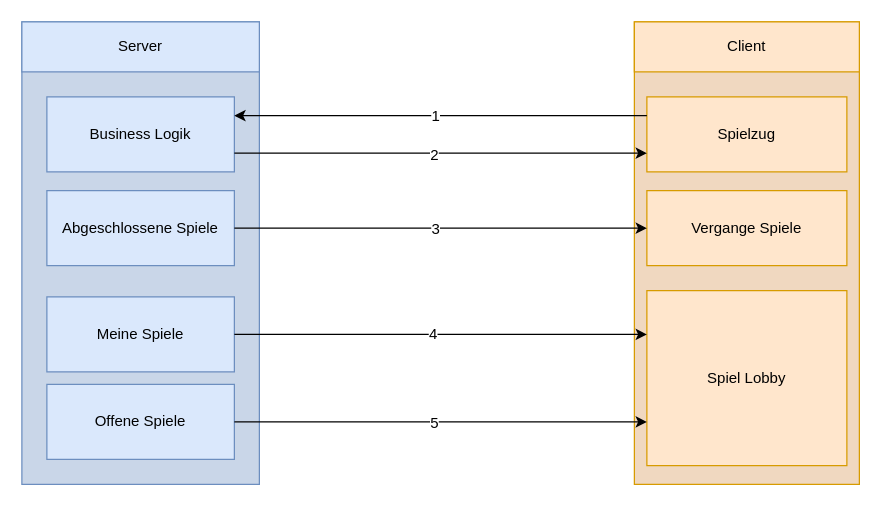
Before: 01_Projektdokumente/01_Projektdokumentation/02_Dokumente/06_Datenstrukturen/Datenfluss.drawio in Visual-Board-GmbH/docs-tic-tac-toe, a draw.io diagram. Source tidied: cells renumbered, new cells numbered last; positions are measured from the earlier drawing's top-left corner, leaving out a move shared by most shapes. Both pictures are drawn from the tidied source at 125%, with x=0, y=0 at pixel (21, 21).
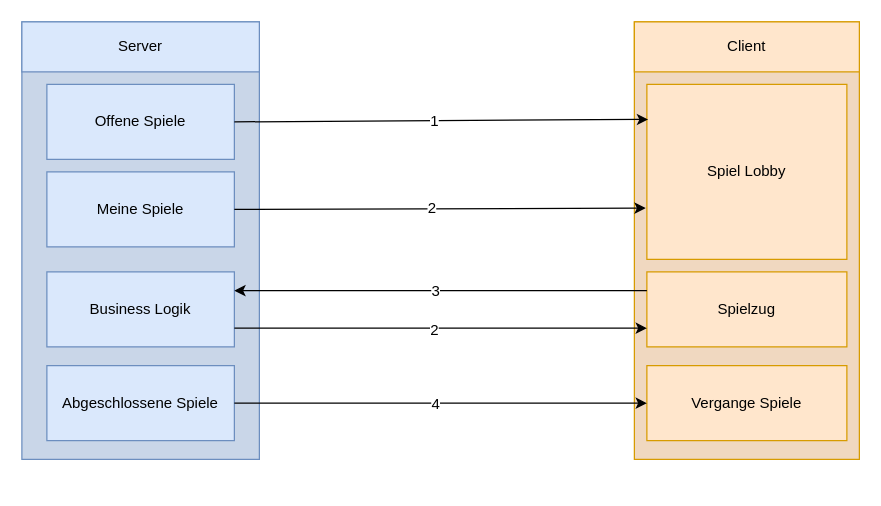
The same page after the edit.

Commit message (it also covers changes not shown here):
updated datenfluss draw io file

The change refers to these unchanged cells:
```xml
<mxCell id="14" style="endArrow=classic;html=1;exitX=1;exitY=0.5;exitDx=0;exitDy=0;entryX=0;entryY=0.5;entryDx=0;entryDy=0;" parent="1" edge="1" source="7" target="12">
  <mxGeometry relative="1" as="geometry" />
</mxCell>
```

What changed in the source:
```diff
@@
     <mxCell id="2" style="rounded=0;whiteSpace=wrap;html=1;fillColor=#C9D6E8;strokeColor=#6c8ebf;" parent="1" vertex="1">
-      <mxGeometry width="190" height="370" as="geometry" />
+      <mxGeometry width="190" height="350" as="geometry" />
     </mxCell>
@@
     <mxCell id="4" style="rounded=0;whiteSpace=wrap;html=1;fillColor=#F0D8C0;strokeColor=#d79b00;" parent="1" vertex="1">
-      <mxGeometry x="490" width="180" height="370" as="geometry" />
+      <mxGeometry x="490" width="180" height="350" as="geometry" />
     </mxCell>
@@
     <mxCell id="6" value="Business Logik" style="rounded=0;whiteSpace=wrap;html=1;fillColor=#dae8fc;strokeColor=#6c8ebf;" parent="1" vertex="1">
-      <mxGeometry x="20" y="60" width="150" height="60" as="geometry" />
+      <mxGeometry x="20" y="200" width="150" height="60" as="geometry" />
     </mxCell>
     <mxCell id="7" value="Abgeschlossene Spiele" style="rounded=0;whiteSpace=wrap;html=1;fillColor=#dae8fc;strokeColor=#6c8ebf;" parent="1" vertex="1">
-      <mxGeometry x="20" y="135" width="150" height="60" as="geometry" />
+      <mxGeometry x="20" y="275" width="150" height="60" as="geometry" />
     </mxCell>
     <mxCell id="8" value="Meine Spiele" style="rounded=0;whiteSpace=wrap;html=1;fillColor=#dae8fc;strokeColor=#6c8ebf;" parent="1" vertex="1">
-      <mxGeometry x="20" y="220" width="150" height="60" as="geometry" />
+      <mxGeometry x="20" y="120" width="150" height="60" as="geometry" />
     </mxCell>
     <mxCell id="9" value="Spielzug" style="rounded=0;whiteSpace=wrap;html=1;fillColor=#ffe6cc;strokeColor=#d79b00;" parent="1" vertex="1">
-      <mxGeometry x="500" y="60" width="160" height="60" as="geometry" />
+      <mxGeometry x="500" y="200" width="160" height="60" as="geometry" />
     </mxCell>
     <mxCell id="10" style="endArrow=classic;html=1;exitX=0;exitY=0.25;exitDx=0;exitDy=0;entryX=1;entryY=0.25;entryDx=0;entryDy=0;" parent="1" edge="1" source="9" target="6">
       <mxGeometry relative="1" as="geometry">
         <Array as="points">
-          <mxPoint x="380" y="75" />
+          <mxPoint x="380" y="215" />
         </Array>
       </mxGeometry>
     </mxCell>
-    <mxCell id="11" value="1" style="text;html=1;align=center;verticalAlign=middle;labelBackgroundColor=#ffffff;" parent="10" vertex="1">
+    <mxCell id="11" value="3" style="text;html=1;align=center;verticalAlign=middle;labelBackgroundColor=#ffffff;" parent="10" vertex="1">
       <mxGeometry x="0.06" y="-5" relative="1" as="geometry">
         <mxPoint x="5.3" y="5" as="offset" />
       </mxGeometry>
     </mxCell>
     <mxCell id="12" value="Vergange Spiele" style="rounded=0;whiteSpace=wrap;html=1;fillColor=#ffe6cc;strokeColor=#d79b00;" parent="1" vertex="1">
-      <mxGeometry x="500" y="135" width="160" height="60" as="geometry" />
+      <mxGeometry x="500" y="275" width="160" height="60" as="geometry" />
     </mxCell>
     <mxCell id="13" value="Spiel Lobby" style="rounded=0;whiteSpace=wrap;html=1;fillColor=#ffe6cc;strokeColor=#d79b00;" parent="1" vertex="1">
-      <mxGeometry x="500" y="215" width="160" height="140" as="geometry" />
+      <mxGeometry x="500" y="50" width="160" height="140" as="geometry" />
     </mxCell>
@@
-    <mxCell id="15" value="3" style="text;html=1;align=center;verticalAlign=middle;labelBackgroundColor=#ffffff;" parent="14" vertex="1">
+    <mxCell id="15" value="4" style="text;html=1;align=center;verticalAlign=middle;labelBackgroundColor=#ffffff;" parent="14" vertex="1">
       <mxGeometry x="-0.07" y="-1" relative="1" as="geometry">
         <mxPoint x="7.1" y="-1" as="offset" />
       </mxGeometry>
     </mxCell>
-    <mxCell id="16" style="endArrow=classic;html=1;exitX=1;exitY=0.5;exitDx=0;exitDy=0;entryX=0;entryY=0.25;entryDx=0;entryDy=0;" parent="1" edge="1" source="8" target="13">
+    <mxCell id="16" style="endArrow=classic;html=1;exitX=1;exitY=0.5;exitDx=0;exitDy=0;entryX=-0.006;entryY=0.707;entryDx=0;entryDy=0;entryPerimeter=0;" parent="1" edge="1" source="8" target="13">
       <mxGeometry relative="1" as="geometry" />
     </mxCell>
-    <mxCell id="17" value="4" style="text;html=1;align=center;verticalAlign=middle;labelBackgroundColor=#ffffff;spacingLeft=0;spacingRight=0;spacing=6;" parent="16" vertex="1">
+    <mxCell id="17" value="2" style="text;html=1;align=center;verticalAlign=middle;labelBackgroundColor=#ffffff;spacingLeft=0;spacingRight=0;spacing=6;" parent="16" vertex="1">
       <mxGeometry x="-0.1" y="-5" relative="1" as="geometry">
         <mxPoint x="9.6" y="-6" as="offset" />
       </mxGeometry>
     </mxCell>
     <mxCell id="18" value="Offene Spiele" style="rounded=0;whiteSpace=wrap;html=1;fillColor=#dae8fc;strokeColor=#6c8ebf;" parent="1" vertex="1">
-      <mxGeometry x="20" y="290" width="150" height="60" as="geometry" />
+      <mxGeometry x="20" y="50" width="150" height="60" as="geometry" />
     </mxCell>
-    <mxCell id="19" style="endArrow=classic;html=1;exitX=1;exitY=0.5;exitDx=0;exitDy=0;entryX=0;entryY=0.75;entryDx=0;entryDy=0;" parent="1" edge="1" source="18" target="13">
+    <mxCell id="19" style="endArrow=classic;html=1;exitX=1;exitY=0.5;exitDx=0;exitDy=0;entryX=0.006;entryY=0.2;entryDx=0;entryDy=0;entryPerimeter=0;" parent="1" edge="1" source="18" target="13">
       <mxGeometry relative="1" as="geometry" />
     </mxCell>
-    <mxCell id="20" value="5" style="text;html=1;align=center;verticalAlign=middle;labelBackgroundColor=#ffffff;" parent="19" vertex="1">
+    <mxCell id="20" value="1" style="text;html=1;align=center;verticalAlign=middle;labelBackgroundColor=#ffffff;" parent="19" vertex="1">
       <mxGeometry x="-0.1" relative="1" as="geometry">
         <mxPoint x="10.6" as="offset" />
       </mxGeometry>
     </mxCell>
```
